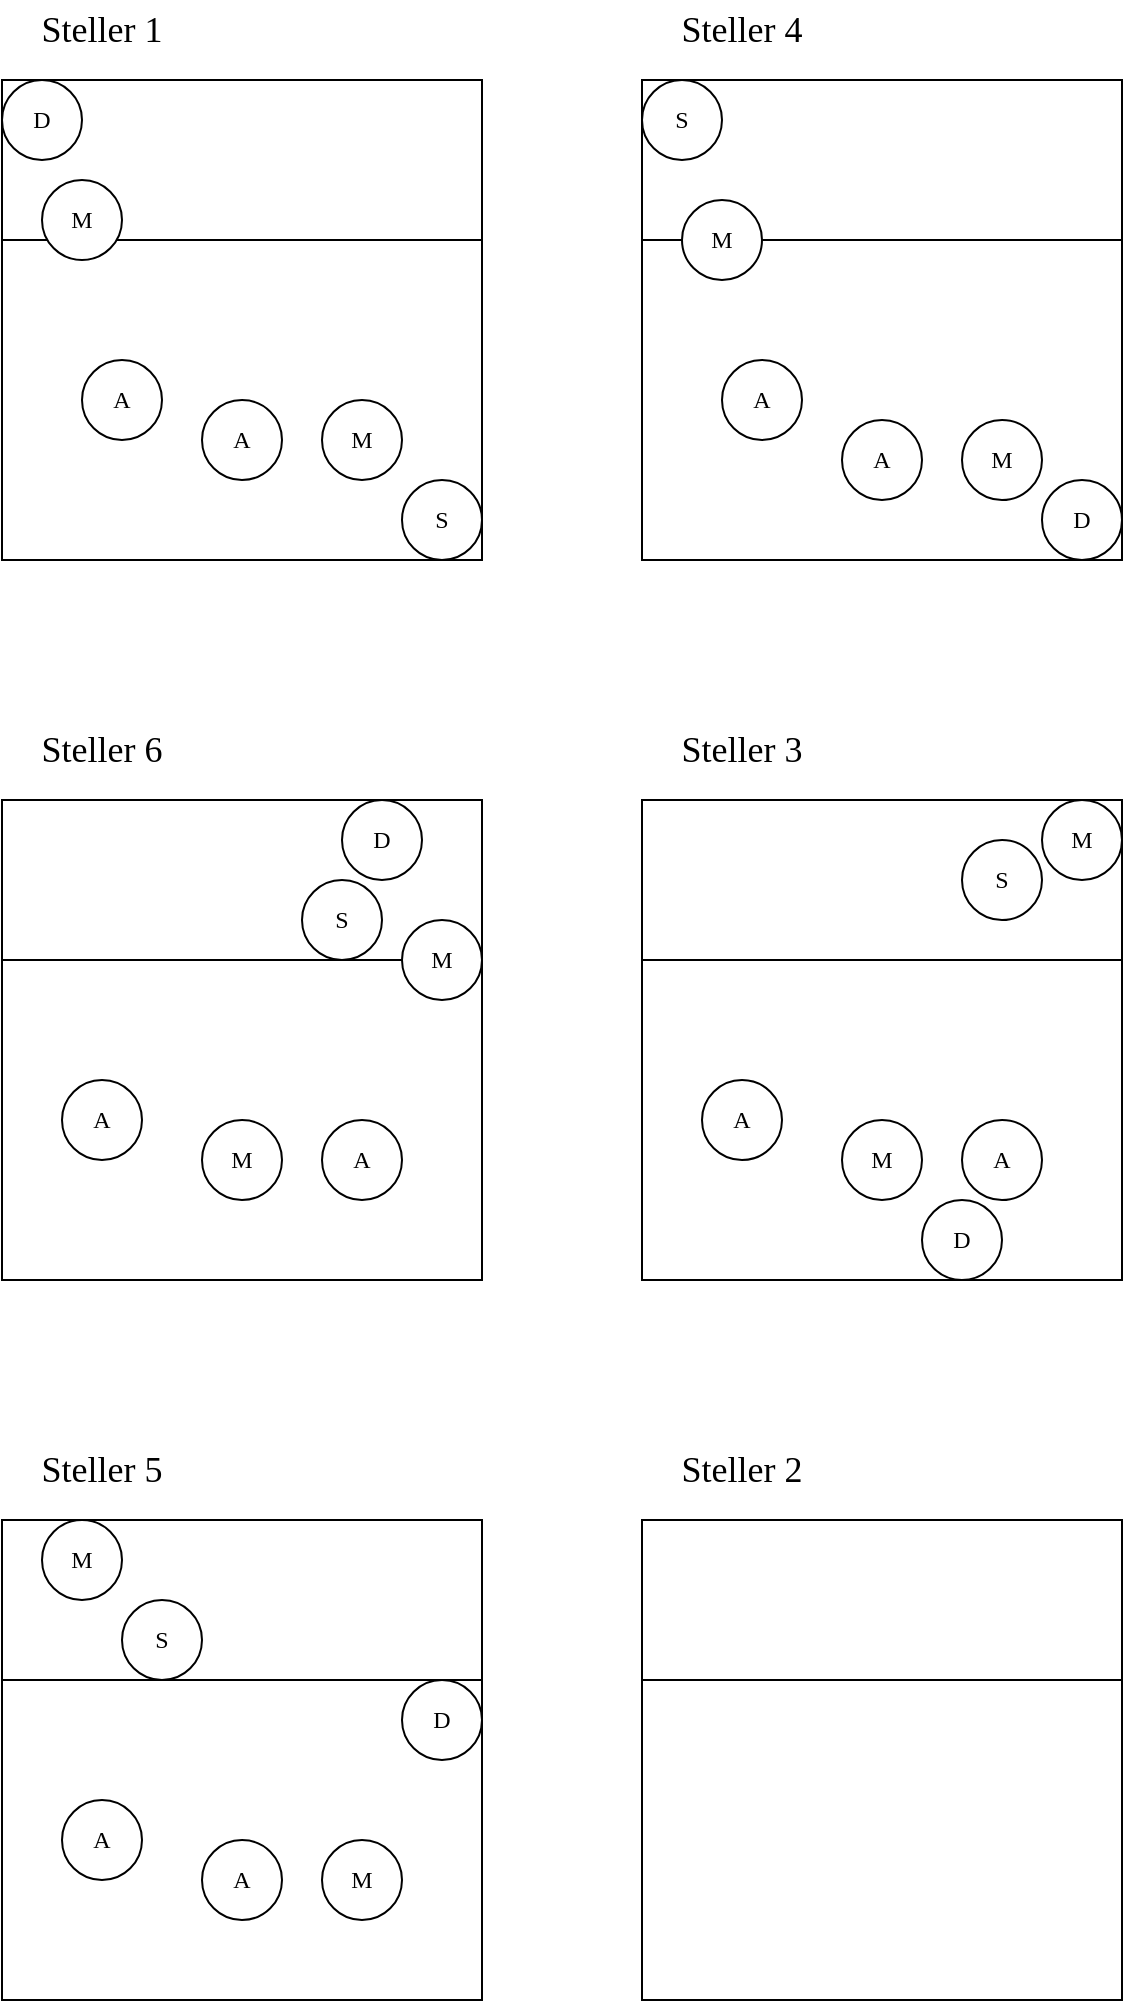
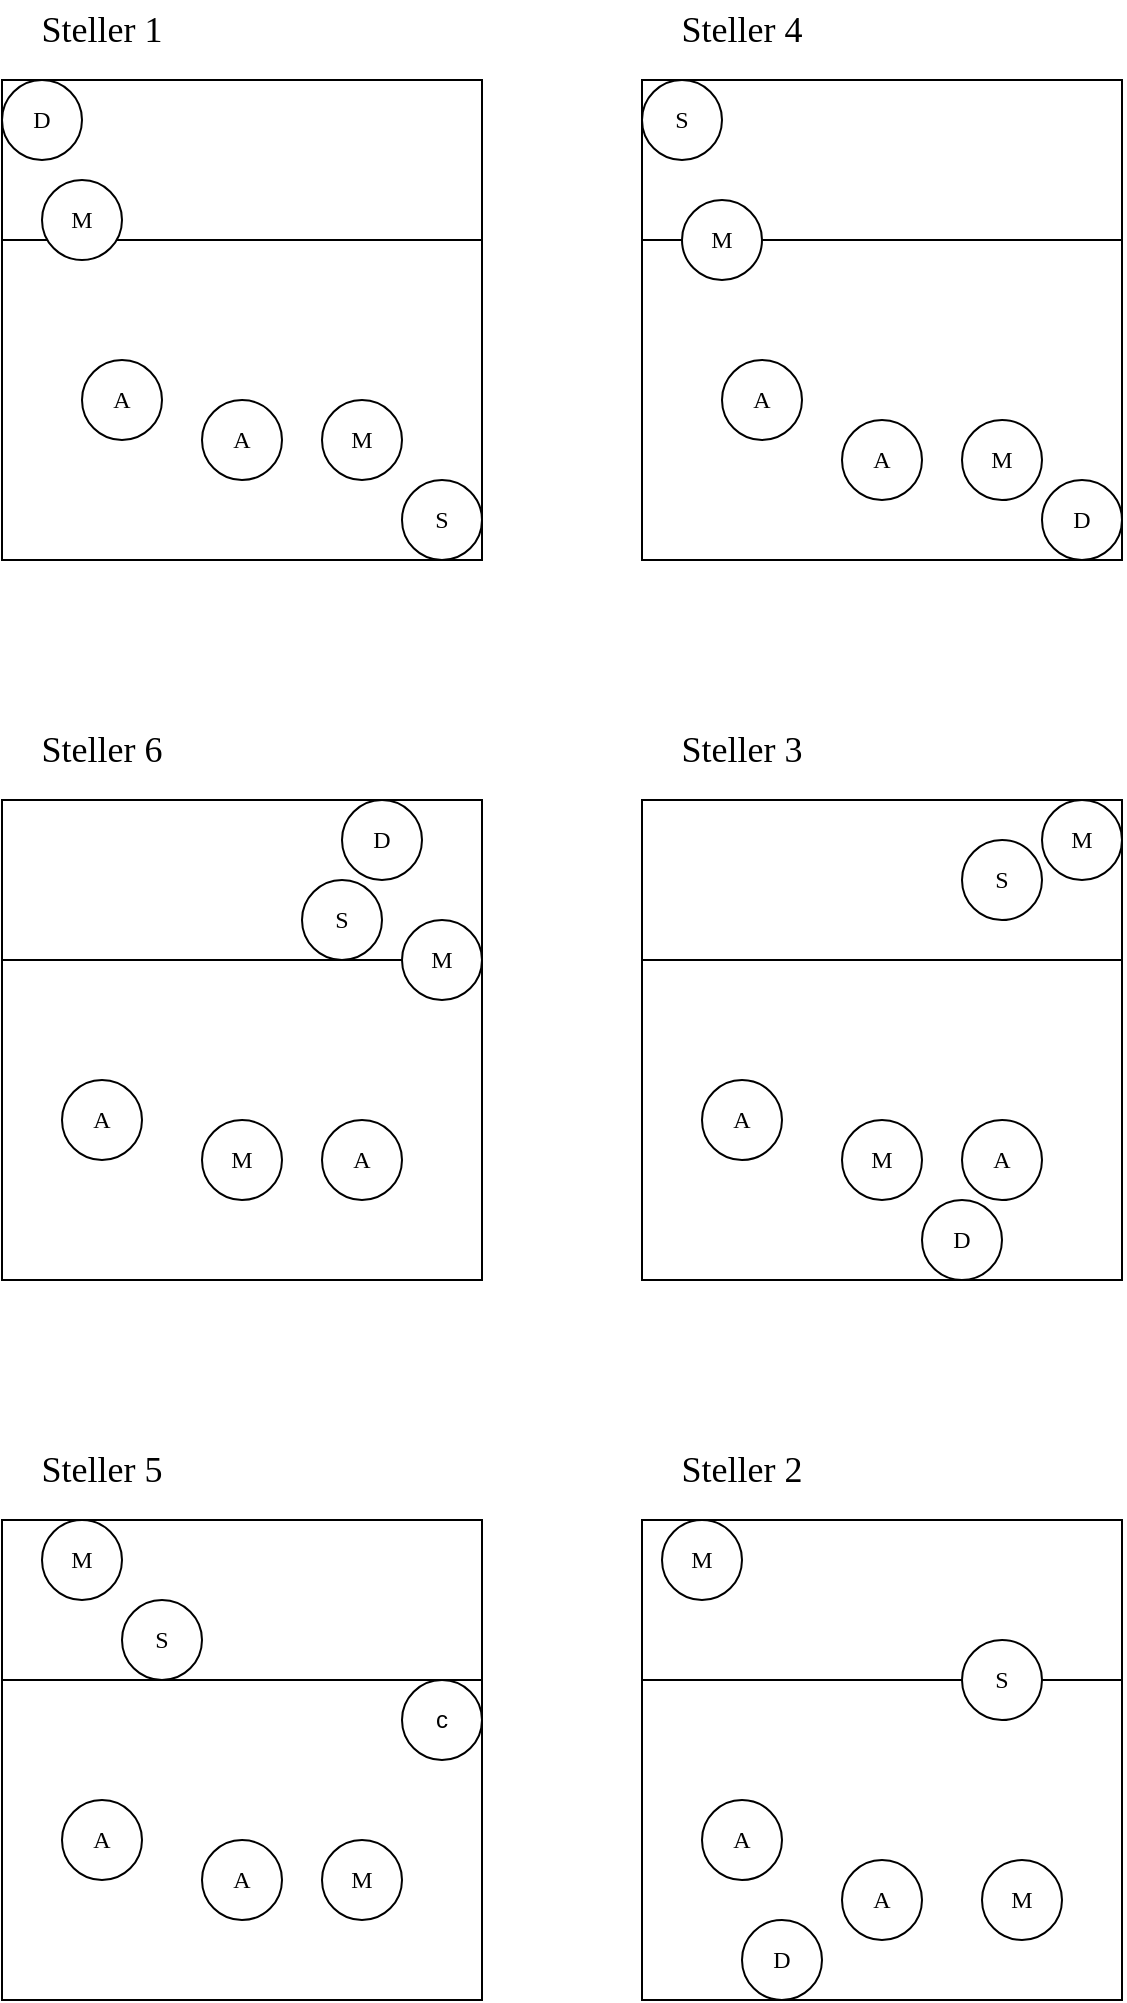
<mxfile host="app.diagrams.net">
  <diagram name="Page-1" id="OZOCQDVCYjE2PKczYgdL">
    <mxGraphModel dx="1885" dy="1025" grid="1" gridSize="10" guides="1" tooltips="1" connect="1" arrows="1" fold="1" page="1" pageScale="1" pageWidth="827" pageHeight="1169" math="0" shadow="0">
      <root>
        <mxCell id="0" />
        <mxCell id="1" parent="0" />
        <mxCell id="zb2oqQAUZKD-O9AmmNM2-22" connectable="0" parent="1" style="group" value="" vertex="1">
          <mxGeometry height="280" width="240" x="120" y="80" as="geometry" />
        </mxCell>
        <mxCell id="zb2oqQAUZKD-O9AmmNM2-3" connectable="0" parent="zb2oqQAUZKD-O9AmmNM2-22" style="group" value="" vertex="1">
          <mxGeometry height="240" width="240" y="40" as="geometry" />
        </mxCell>
        <mxCell id="zb2oqQAUZKD-O9AmmNM2-1" parent="zb2oqQAUZKD-O9AmmNM2-3" style="rounded=0;whiteSpace=wrap;html=1;" value="" vertex="1">
          <mxGeometry height="240" width="240" as="geometry" />
        </mxCell>
        <mxCell id="zb2oqQAUZKD-O9AmmNM2-2" edge="1" parent="zb2oqQAUZKD-O9AmmNM2-3" style="endArrow=none;html=1;rounded=0;" value="">
          <mxGeometry height="50" relative="1" width="50" as="geometry">
            <mxPoint y="80" as="sourcePoint" />
            <mxPoint x="240" y="80" as="targetPoint" />
          </mxGeometry>
        </mxCell>
        <mxCell id="zb2oqQAUZKD-O9AmmNM2-33" parent="zb2oqQAUZKD-O9AmmNM2-3" style="ellipse;whiteSpace=wrap;html=1;aspect=fixed;" value="&lt;font face=&quot;Fira Code&quot;&gt;S&lt;/font&gt;" vertex="1">
          <mxGeometry height="40" width="40" x="200" y="200" as="geometry" />
        </mxCell>
        <mxCell id="zb2oqQAUZKD-O9AmmNM2-34" parent="zb2oqQAUZKD-O9AmmNM2-3" style="ellipse;whiteSpace=wrap;html=1;aspect=fixed;" value="&lt;font face=&quot;Fira Code&quot;&gt;D&lt;/font&gt;" vertex="1">
          <mxGeometry height="40" width="40" as="geometry" />
        </mxCell>
        <mxCell id="zb2oqQAUZKD-O9AmmNM2-38" parent="zb2oqQAUZKD-O9AmmNM2-3" style="ellipse;whiteSpace=wrap;html=1;aspect=fixed;" value="&lt;font face=&quot;Fira Code&quot;&gt;M&lt;/font&gt;" vertex="1">
          <mxGeometry height="40" width="40" x="20" y="50" as="geometry" />
        </mxCell>
        <mxCell id="zb2oqQAUZKD-O9AmmNM2-35" parent="zb2oqQAUZKD-O9AmmNM2-3" style="ellipse;whiteSpace=wrap;html=1;aspect=fixed;" value="&lt;font face=&quot;Fira Code&quot;&gt;A&lt;/font&gt;" vertex="1">
          <mxGeometry height="40" width="40" x="40" y="140" as="geometry" />
        </mxCell>
        <mxCell id="zb2oqQAUZKD-O9AmmNM2-40" parent="zb2oqQAUZKD-O9AmmNM2-3" style="ellipse;whiteSpace=wrap;html=1;aspect=fixed;" value="&lt;font face=&quot;Fira Code&quot;&gt;A&lt;/font&gt;" vertex="1">
          <mxGeometry height="40" width="40" x="100" y="160" as="geometry" />
        </mxCell>
        <mxCell id="zb2oqQAUZKD-O9AmmNM2-41" parent="zb2oqQAUZKD-O9AmmNM2-3" style="ellipse;whiteSpace=wrap;html=1;aspect=fixed;" value="&lt;font face=&quot;Fira Code&quot;&gt;M&lt;/font&gt;" vertex="1">
          <mxGeometry height="40" width="40" x="160" y="160" as="geometry" />
        </mxCell>
        <mxCell id="zb2oqQAUZKD-O9AmmNM2-21" parent="zb2oqQAUZKD-O9AmmNM2-22" style="text;html=1;whiteSpace=wrap;strokeColor=none;fillColor=none;align=center;verticalAlign=middle;rounded=0;" value="&lt;font face=&quot;Fira Code&quot; style=&quot;font-size: 18px;&quot;&gt;Steller 1&lt;/font&gt;" vertex="1">
          <mxGeometry height="30" width="100" as="geometry" />
        </mxCell>
        <mxCell id="zb2oqQAUZKD-O9AmmNM2-24" connectable="0" parent="1" style="group" value="" vertex="1">
          <mxGeometry height="280" width="240" x="120" y="440" as="geometry" />
        </mxCell>
        <mxCell id="zb2oqQAUZKD-O9AmmNM2-4" connectable="0" parent="zb2oqQAUZKD-O9AmmNM2-24" style="group" value="" vertex="1">
          <mxGeometry height="240" width="240" y="40" as="geometry" />
        </mxCell>
        <mxCell id="zb2oqQAUZKD-O9AmmNM2-5" parent="zb2oqQAUZKD-O9AmmNM2-4" style="rounded=0;whiteSpace=wrap;html=1;" value="" vertex="1">
          <mxGeometry height="240" width="240" as="geometry" />
        </mxCell>
        <mxCell id="zb2oqQAUZKD-O9AmmNM2-6" edge="1" parent="zb2oqQAUZKD-O9AmmNM2-4" style="endArrow=none;html=1;rounded=0;" value="">
          <mxGeometry height="50" relative="1" width="50" as="geometry">
            <mxPoint y="80" as="sourcePoint" />
            <mxPoint x="240" y="80" as="targetPoint" />
          </mxGeometry>
        </mxCell>
        <mxCell id="zb2oqQAUZKD-O9AmmNM2-42" parent="zb2oqQAUZKD-O9AmmNM2-4" style="ellipse;whiteSpace=wrap;html=1;aspect=fixed;" value="&lt;font face=&quot;Fira Code&quot;&gt;S&lt;/font&gt;" vertex="1">
          <mxGeometry height="40" width="40" x="150" y="40" as="geometry" />
        </mxCell>
        <mxCell id="zb2oqQAUZKD-O9AmmNM2-43" parent="zb2oqQAUZKD-O9AmmNM2-4" style="ellipse;whiteSpace=wrap;html=1;aspect=fixed;" value="&lt;font face=&quot;Fira Code&quot;&gt;A&lt;/font&gt;" vertex="1">
          <mxGeometry height="40" width="40" x="160" y="160" as="geometry" />
        </mxCell>
        <mxCell id="zb2oqQAUZKD-O9AmmNM2-44" parent="zb2oqQAUZKD-O9AmmNM2-4" style="ellipse;whiteSpace=wrap;html=1;aspect=fixed;" value="&lt;font face=&quot;Fira Code&quot;&gt;M&lt;/font&gt;" vertex="1">
          <mxGeometry height="40" width="40" x="100" y="160" as="geometry" />
        </mxCell>
        <mxCell id="zb2oqQAUZKD-O9AmmNM2-45" parent="zb2oqQAUZKD-O9AmmNM2-4" style="ellipse;whiteSpace=wrap;html=1;aspect=fixed;" value="&lt;font face=&quot;Fira Code&quot;&gt;A&lt;/font&gt;" vertex="1">
          <mxGeometry height="40" width="40" x="30" y="140" as="geometry" />
        </mxCell>
        <mxCell id="zb2oqQAUZKD-O9AmmNM2-46" parent="zb2oqQAUZKD-O9AmmNM2-4" style="ellipse;whiteSpace=wrap;html=1;aspect=fixed;" value="&lt;font face=&quot;Fira Code&quot;&gt;M&lt;/font&gt;" vertex="1">
          <mxGeometry height="40" width="40" x="200" y="60" as="geometry" />
        </mxCell>
        <mxCell id="zb2oqQAUZKD-O9AmmNM2-47" parent="zb2oqQAUZKD-O9AmmNM2-4" style="ellipse;whiteSpace=wrap;html=1;aspect=fixed;" value="&lt;font face=&quot;Fira Code&quot;&gt;D&lt;/font&gt;" vertex="1">
          <mxGeometry height="40" width="40" x="170" as="geometry" />
        </mxCell>
        <mxCell id="zb2oqQAUZKD-O9AmmNM2-23" parent="zb2oqQAUZKD-O9AmmNM2-24" style="text;html=1;whiteSpace=wrap;strokeColor=none;fillColor=none;align=center;verticalAlign=middle;rounded=0;" value="&lt;font face=&quot;Fira Code&quot; style=&quot;font-size: 18px;&quot;&gt;Steller 6&lt;/font&gt;" vertex="1">
          <mxGeometry height="30" width="100" as="geometry" />
        </mxCell>
        <mxCell id="zb2oqQAUZKD-O9AmmNM2-26" connectable="0" parent="1" style="group" value="" vertex="1">
          <mxGeometry height="280" width="240" x="120" y="800" as="geometry" />
        </mxCell>
        <mxCell id="zb2oqQAUZKD-O9AmmNM2-7" connectable="0" parent="zb2oqQAUZKD-O9AmmNM2-26" style="group" value="" vertex="1">
          <mxGeometry height="240" width="240" y="40" as="geometry" />
        </mxCell>
        <mxCell id="zb2oqQAUZKD-O9AmmNM2-8" parent="zb2oqQAUZKD-O9AmmNM2-7" style="rounded=0;whiteSpace=wrap;html=1;" value="" vertex="1">
          <mxGeometry height="240" width="240" as="geometry" />
        </mxCell>
        <mxCell id="zb2oqQAUZKD-O9AmmNM2-9" edge="1" parent="zb2oqQAUZKD-O9AmmNM2-7" style="endArrow=none;html=1;rounded=0;" value="">
          <mxGeometry height="50" relative="1" width="50" as="geometry">
            <mxPoint y="80" as="sourcePoint" />
            <mxPoint x="240" y="80" as="targetPoint" />
          </mxGeometry>
        </mxCell>
        <mxCell id="AQSm3BmQBUWCDuCb71Ed-1" parent="zb2oqQAUZKD-O9AmmNM2-7" style="ellipse;whiteSpace=wrap;html=1;aspect=fixed;direction=south;" value="&lt;font face=&quot;Fira Code&quot;&gt;S&lt;/font&gt;" vertex="1">
          <mxGeometry height="40" width="40" x="60" y="40" as="geometry" />
        </mxCell>
        <mxCell id="AQSm3BmQBUWCDuCb71Ed-2" parent="zb2oqQAUZKD-O9AmmNM2-7" style="ellipse;whiteSpace=wrap;html=1;aspect=fixed;" value="&lt;font face=&quot;Fira Code&quot;&gt;M&lt;/font&gt;" vertex="1">
          <mxGeometry height="40" width="40" x="20" as="geometry" />
        </mxCell>
        <mxCell id="AQSm3BmQBUWCDuCb71Ed-3" parent="zb2oqQAUZKD-O9AmmNM2-7" style="ellipse;whiteSpace=wrap;html=1;aspect=fixed;" value="&lt;font face=&quot;Fira Code&quot;&gt;M&lt;/font&gt;" vertex="1">
          <mxGeometry height="40" width="40" x="160" y="160" as="geometry" />
        </mxCell>
        <mxCell id="AQSm3BmQBUWCDuCb71Ed-4" parent="zb2oqQAUZKD-O9AmmNM2-7" style="ellipse;whiteSpace=wrap;html=1;aspect=fixed;" value="&lt;font face=&quot;Fira Code&quot;&gt;A&lt;/font&gt;" vertex="1">
          <mxGeometry height="40" width="40" x="100" y="160" as="geometry" />
        </mxCell>
        <mxCell id="AQSm3BmQBUWCDuCb71Ed-5" parent="zb2oqQAUZKD-O9AmmNM2-7" style="ellipse;whiteSpace=wrap;html=1;aspect=fixed;" value="&lt;font face=&quot;Fira Code&quot;&gt;A&lt;/font&gt;" vertex="1">
          <mxGeometry height="40" width="40" x="30" y="140" as="geometry" />
        </mxCell>
-         <mxCell id="AQSm3BmQBUWCDuCb71Ed-6" parent="zb2oqQAUZKD-O9AmmNM2-7" style="ellipse;whiteSpace=wrap;html=1;aspect=fixed;" value="&lt;font face=&quot;Fira Code&quot;&gt;D&lt;/font&gt;" vertex="1">
+         <mxCell id="AQSm3BmQBUWCDuCb71Ed-6" parent="zb2oqQAUZKD-O9AmmNM2-7" style="ellipse;whiteSpace=wrap;html=1;aspect=fixed;" value="c" vertex="1">
          <mxGeometry height="40" width="40" x="200" y="80" as="geometry" />
        </mxCell>
        <mxCell id="zb2oqQAUZKD-O9AmmNM2-25" parent="zb2oqQAUZKD-O9AmmNM2-26" style="text;html=1;whiteSpace=wrap;strokeColor=none;fillColor=none;align=center;verticalAlign=middle;rounded=0;" value="&lt;font face=&quot;Fira Code&quot; style=&quot;font-size: 18px;&quot;&gt;Steller 5&lt;/font&gt;" vertex="1">
          <mxGeometry height="30" width="100" as="geometry" />
        </mxCell>
        <mxCell id="zb2oqQAUZKD-O9AmmNM2-28" connectable="0" parent="1" style="group" value="" vertex="1">
          <mxGeometry height="280" width="240" x="440" y="80" as="geometry" />
        </mxCell>
        <mxCell id="zb2oqQAUZKD-O9AmmNM2-10" connectable="0" parent="zb2oqQAUZKD-O9AmmNM2-28" style="group" value="" vertex="1">
          <mxGeometry height="240" width="240" y="40" as="geometry" />
        </mxCell>
        <mxCell id="zb2oqQAUZKD-O9AmmNM2-11" parent="zb2oqQAUZKD-O9AmmNM2-10" style="rounded=0;whiteSpace=wrap;html=1;" value="" vertex="1">
          <mxGeometry height="240" width="240" as="geometry" />
        </mxCell>
        <mxCell id="zb2oqQAUZKD-O9AmmNM2-12" edge="1" parent="zb2oqQAUZKD-O9AmmNM2-10" style="endArrow=none;html=1;rounded=0;" value="">
          <mxGeometry height="50" relative="1" width="50" as="geometry">
            <mxPoint y="80" as="sourcePoint" />
            <mxPoint x="240" y="80" as="targetPoint" />
          </mxGeometry>
        </mxCell>
        <mxCell id="AQSm3BmQBUWCDuCb71Ed-7" parent="zb2oqQAUZKD-O9AmmNM2-10" style="ellipse;whiteSpace=wrap;html=1;aspect=fixed;" value="&lt;font face=&quot;Fira Code&quot;&gt;S&lt;/font&gt;" vertex="1">
          <mxGeometry height="40" width="40" as="geometry" />
        </mxCell>
        <mxCell id="AQSm3BmQBUWCDuCb71Ed-9" parent="zb2oqQAUZKD-O9AmmNM2-10" style="ellipse;whiteSpace=wrap;html=1;aspect=fixed;" value="&lt;font face=&quot;Fira Code&quot;&gt;D&lt;/font&gt;" vertex="1">
          <mxGeometry height="40" width="40" x="200" y="200" as="geometry" />
        </mxCell>
        <mxCell id="AQSm3BmQBUWCDuCb71Ed-11" parent="zb2oqQAUZKD-O9AmmNM2-10" style="ellipse;whiteSpace=wrap;html=1;aspect=fixed;" value="&lt;font face=&quot;Fira Code&quot;&gt;M&lt;/font&gt;" vertex="1">
          <mxGeometry height="40" width="40" x="20" y="60" as="geometry" />
        </mxCell>
        <mxCell id="AQSm3BmQBUWCDuCb71Ed-12" parent="zb2oqQAUZKD-O9AmmNM2-10" style="ellipse;whiteSpace=wrap;html=1;aspect=fixed;" value="&lt;font face=&quot;Fira Code&quot;&gt;M&lt;/font&gt;" vertex="1">
          <mxGeometry height="40" width="40" x="160" y="170" as="geometry" />
        </mxCell>
        <mxCell id="AQSm3BmQBUWCDuCb71Ed-10" parent="zb2oqQAUZKD-O9AmmNM2-10" style="ellipse;whiteSpace=wrap;html=1;aspect=fixed;" value="&lt;font face=&quot;Fira Code&quot;&gt;A&lt;/font&gt;" vertex="1">
          <mxGeometry height="40" width="40" x="40" y="140" as="geometry" />
        </mxCell>
        <mxCell id="AQSm3BmQBUWCDuCb71Ed-13" parent="zb2oqQAUZKD-O9AmmNM2-10" style="ellipse;whiteSpace=wrap;html=1;aspect=fixed;" value="&lt;font face=&quot;Fira Code&quot;&gt;A&lt;/font&gt;" vertex="1">
          <mxGeometry height="40" width="40" x="100" y="170" as="geometry" />
        </mxCell>
        <mxCell id="zb2oqQAUZKD-O9AmmNM2-27" parent="zb2oqQAUZKD-O9AmmNM2-28" style="text;html=1;whiteSpace=wrap;strokeColor=none;fillColor=none;align=center;verticalAlign=middle;rounded=0;" value="&lt;font face=&quot;Fira Code&quot; style=&quot;font-size: 18px;&quot;&gt;Steller 4&lt;/font&gt;" vertex="1">
          <mxGeometry height="30" width="100" as="geometry" />
        </mxCell>
        <mxCell id="zb2oqQAUZKD-O9AmmNM2-30" connectable="0" parent="1" style="group" value="" vertex="1">
          <mxGeometry height="280" width="240" x="440" y="440" as="geometry" />
        </mxCell>
        <mxCell id="zb2oqQAUZKD-O9AmmNM2-13" connectable="0" parent="zb2oqQAUZKD-O9AmmNM2-30" style="group" value="" vertex="1">
          <mxGeometry height="240" width="240" y="40" as="geometry" />
        </mxCell>
        <mxCell id="zb2oqQAUZKD-O9AmmNM2-14" parent="zb2oqQAUZKD-O9AmmNM2-13" style="rounded=0;whiteSpace=wrap;html=1;" value="" vertex="1">
          <mxGeometry height="240" width="240" as="geometry" />
        </mxCell>
        <mxCell id="zb2oqQAUZKD-O9AmmNM2-15" edge="1" parent="zb2oqQAUZKD-O9AmmNM2-13" style="endArrow=none;html=1;rounded=0;" value="">
          <mxGeometry height="50" relative="1" width="50" as="geometry">
            <mxPoint y="80" as="sourcePoint" />
            <mxPoint x="240" y="80" as="targetPoint" />
          </mxGeometry>
        </mxCell>
        <mxCell id="AQSm3BmQBUWCDuCb71Ed-14" parent="zb2oqQAUZKD-O9AmmNM2-13" style="ellipse;whiteSpace=wrap;html=1;aspect=fixed;" value="&lt;font face=&quot;Fira Code&quot;&gt;S&lt;/font&gt;" vertex="1">
          <mxGeometry height="40" width="40" x="160" y="20" as="geometry" />
        </mxCell>
        <mxCell id="AQSm3BmQBUWCDuCb71Ed-15" parent="zb2oqQAUZKD-O9AmmNM2-13" style="ellipse;whiteSpace=wrap;html=1;aspect=fixed;" value="&lt;font face=&quot;Fira Code&quot;&gt;D&lt;/font&gt;" vertex="1">
          <mxGeometry height="40" width="40" x="140" y="200" as="geometry" />
        </mxCell>
        <mxCell id="AQSm3BmQBUWCDuCb71Ed-16" parent="zb2oqQAUZKD-O9AmmNM2-13" style="ellipse;whiteSpace=wrap;html=1;aspect=fixed;" value="&lt;font face=&quot;Fira Code&quot;&gt;A&lt;/font&gt;" vertex="1">
          <mxGeometry height="40" width="40" x="160" y="160" as="geometry" />
        </mxCell>
        <mxCell id="AQSm3BmQBUWCDuCb71Ed-17" parent="zb2oqQAUZKD-O9AmmNM2-13" style="ellipse;whiteSpace=wrap;html=1;aspect=fixed;" value="&lt;font face=&quot;Fira Code&quot;&gt;M&lt;/font&gt;" vertex="1">
          <mxGeometry height="40" width="40" x="100" y="160" as="geometry" />
        </mxCell>
        <mxCell id="AQSm3BmQBUWCDuCb71Ed-18" parent="zb2oqQAUZKD-O9AmmNM2-13" style="ellipse;whiteSpace=wrap;html=1;aspect=fixed;" value="&lt;font face=&quot;Fira Code&quot;&gt;M&lt;/font&gt;" vertex="1">
          <mxGeometry height="40" width="40" x="200" as="geometry" />
        </mxCell>
        <mxCell id="AQSm3BmQBUWCDuCb71Ed-20" parent="zb2oqQAUZKD-O9AmmNM2-13" style="ellipse;whiteSpace=wrap;html=1;aspect=fixed;" value="&lt;font face=&quot;Fira Code&quot;&gt;A&lt;/font&gt;" vertex="1">
          <mxGeometry height="40" width="40" x="30" y="140" as="geometry" />
        </mxCell>
        <mxCell id="zb2oqQAUZKD-O9AmmNM2-29" parent="zb2oqQAUZKD-O9AmmNM2-30" style="text;html=1;whiteSpace=wrap;strokeColor=none;fillColor=none;align=center;verticalAlign=middle;rounded=0;" value="&lt;font face=&quot;Fira Code&quot; style=&quot;font-size: 18px;&quot;&gt;Steller 3&lt;/font&gt;" vertex="1">
          <mxGeometry height="30" width="100" as="geometry" />
        </mxCell>
        <mxCell id="zb2oqQAUZKD-O9AmmNM2-32" connectable="0" parent="1" style="group" value="" vertex="1">
          <mxGeometry height="280" width="240" x="440" y="800" as="geometry" />
        </mxCell>
        <mxCell id="zb2oqQAUZKD-O9AmmNM2-16" connectable="0" parent="zb2oqQAUZKD-O9AmmNM2-32" style="group" value="" vertex="1">
          <mxGeometry height="240" width="240" y="40" as="geometry" />
        </mxCell>
        <mxCell id="zb2oqQAUZKD-O9AmmNM2-17" parent="zb2oqQAUZKD-O9AmmNM2-16" style="rounded=0;whiteSpace=wrap;html=1;" value="" vertex="1">
          <mxGeometry height="240" width="240" as="geometry" />
        </mxCell>
        <mxCell id="zb2oqQAUZKD-O9AmmNM2-18" edge="1" parent="zb2oqQAUZKD-O9AmmNM2-16" style="endArrow=none;html=1;rounded=0;" value="">
          <mxGeometry height="50" relative="1" width="50" as="geometry">
            <mxPoint y="80" as="sourcePoint" />
            <mxPoint x="240" y="80" as="targetPoint" />
          </mxGeometry>
+         </mxCell>
+         <mxCell id="AQSm3BmQBUWCDuCb71Ed-26" parent="zb2oqQAUZKD-O9AmmNM2-16" style="ellipse;whiteSpace=wrap;html=1;aspect=fixed;" value="&lt;font face=&quot;Fira Code&quot;&gt;S&lt;/font&gt;" vertex="1">
+           <mxGeometry height="40" width="40" x="160" y="60" as="geometry" />
+         </mxCell>
+         <mxCell id="AQSm3BmQBUWCDuCb71Ed-28" parent="zb2oqQAUZKD-O9AmmNM2-16" style="ellipse;whiteSpace=wrap;html=1;aspect=fixed;" value="&lt;font face=&quot;Fira Code&quot;&gt;M&lt;/font&gt;" vertex="1">
+           <mxGeometry height="40" width="40" x="170" y="170" as="geometry" />
+         </mxCell>
+         <mxCell id="AQSm3BmQBUWCDuCb71Ed-29" parent="zb2oqQAUZKD-O9AmmNM2-16" style="ellipse;whiteSpace=wrap;html=1;aspect=fixed;" value="&lt;font face=&quot;Fira Code&quot;&gt;D&lt;/font&gt;" vertex="1">
+           <mxGeometry height="40" width="40" x="50" y="200" as="geometry" />
+         </mxCell>
+         <mxCell id="AQSm3BmQBUWCDuCb71Ed-30" parent="zb2oqQAUZKD-O9AmmNM2-16" style="ellipse;whiteSpace=wrap;html=1;aspect=fixed;" value="&lt;font face=&quot;Fira Code&quot;&gt;A&lt;/font&gt;" vertex="1">
+           <mxGeometry height="40" width="40" x="100" y="170" as="geometry" />
+         </mxCell>
+         <mxCell id="AQSm3BmQBUWCDuCb71Ed-31" parent="zb2oqQAUZKD-O9AmmNM2-16" style="ellipse;whiteSpace=wrap;html=1;aspect=fixed;" value="&lt;font face=&quot;Fira Code&quot;&gt;A&lt;/font&gt;" vertex="1">
+           <mxGeometry height="40" width="40" x="30" y="140" as="geometry" />
+         </mxCell>
+         <mxCell id="AQSm3BmQBUWCDuCb71Ed-33" parent="zb2oqQAUZKD-O9AmmNM2-16" style="ellipse;whiteSpace=wrap;html=1;aspect=fixed;" value="&lt;font face=&quot;Fira Code&quot;&gt;M&lt;/font&gt;" vertex="1">
+           <mxGeometry height="40" width="40" x="10" as="geometry" />
        </mxCell>
        <mxCell id="zb2oqQAUZKD-O9AmmNM2-31" parent="zb2oqQAUZKD-O9AmmNM2-32" style="text;html=1;whiteSpace=wrap;strokeColor=none;fillColor=none;align=center;verticalAlign=middle;rounded=0;" value="&lt;font face=&quot;Fira Code&quot; style=&quot;font-size: 18px;&quot;&gt;Steller 2&lt;/font&gt;" vertex="1">
          <mxGeometry height="30" width="100" as="geometry" />
        </mxCell>
      </root>
    </mxGraphModel>
  </diagram>
</mxfile>
